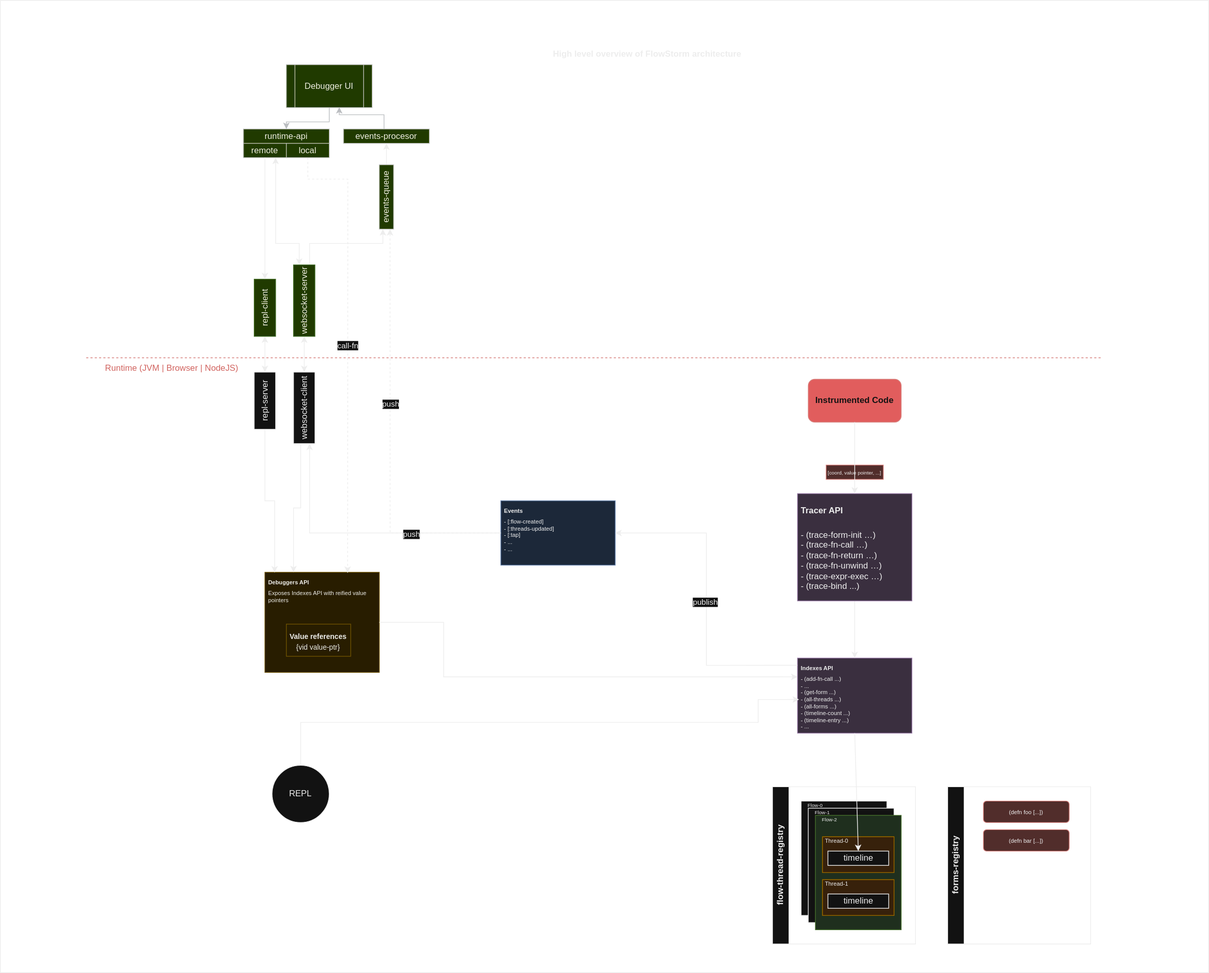
This is docs/high_level_diagram.svg from flow-storm/flow-storm-debugger, a draw.io export, as it was before one commit. Source tidied: cells renumbered, new cells last; positions are measured from the earlier drawing's top-left corner, leaving out a move shared by most shapes.
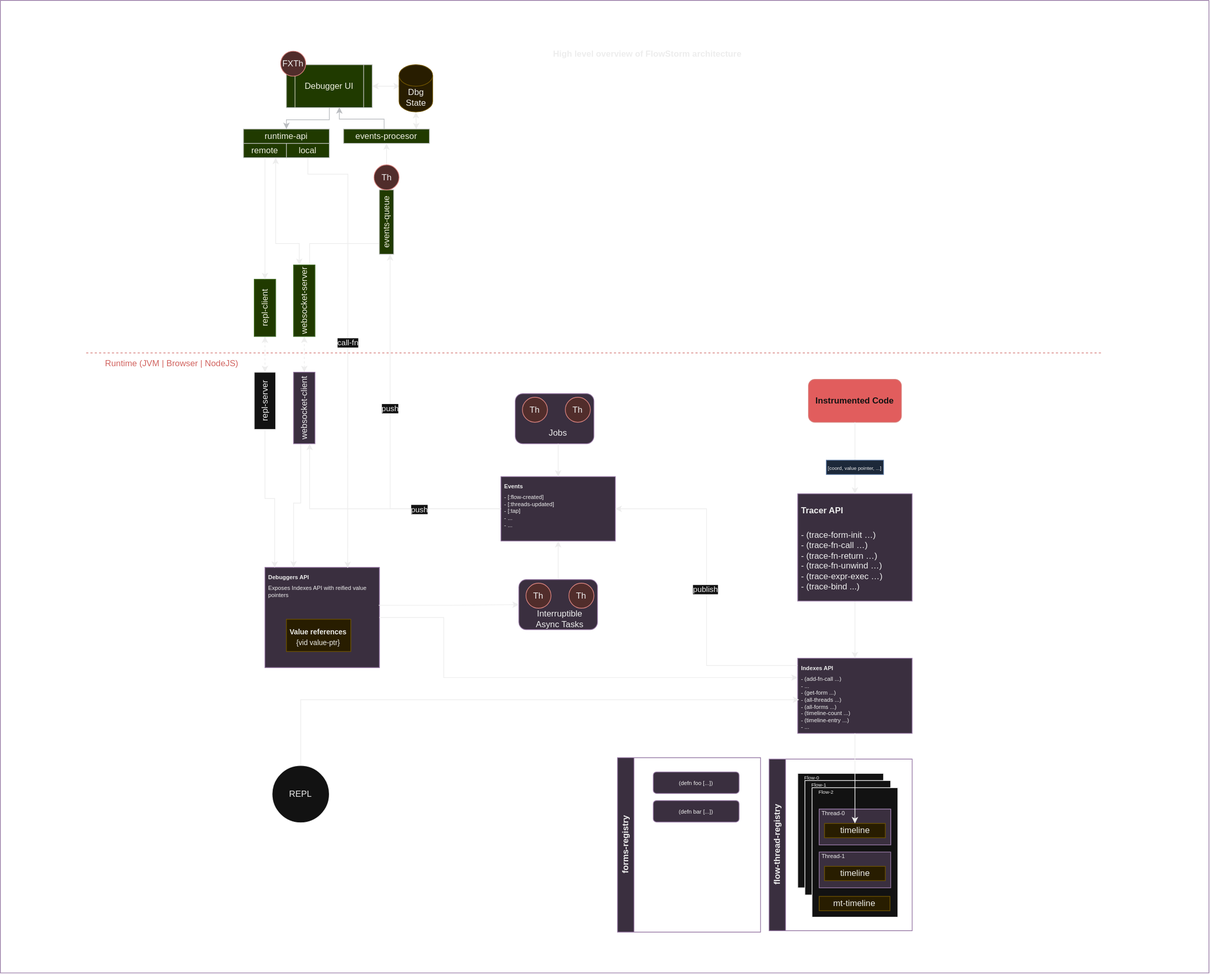
Later version of the same file.

Change to the diagram source:
```diff
@@ -4,6 +4,3 @@
     <mxCell id="1" parent="0" />
-    <mxCell id="2" value="&lt;font style=&quot;font-size: 7px;&quot;&gt;[coord, value pointer, ...]&lt;/font&gt;" style="rounded=0;whiteSpace=wrap;html=1;fillColor=#f8cecc;strokeColor=#b85450;" parent="1" vertex="1">
-      <mxGeometry x="1155" y="650" width="80" height="20" as="geometry" />
-    </mxCell>
-    <mxCell id="3" style="edgeStyle=orthogonalEdgeStyle;rounded=0;jettySize=auto;html=1;entryX=-0.036;entryY=0.533;entryDx=0;entryDy=0;entryPerimeter=0;" parent="1" edge="1" source="x">
+    <mxCell id="3" style="edgeStyle=orthogonalEdgeStyle;rounded=0;orthogonalLoop=1;jettySize=auto;html=1;entryX=-0.036;entryY=0.533;entryDx=0;entryDy=0;entryPerimeter=0;" parent="1" edge="1">
       <mxGeometry relative="1" as="geometry">
@@ -12,6 +9,6 @@
     </mxCell>
-    <mxCell id="4" style="group;" parent="1" vertex="1">
+    <mxCell id="4" style="group;fillColor=#e1d5e7;strokeColor=#9673a6;" parent="1" vertex="1">
       <mxGeometry x="370" y="800" width="160" height="140" as="geometry" />
     </mxCell>
-    <mxCell id="5" value="&lt;h1 style=&quot;font-size: 8px;&quot;&gt;&lt;font style=&quot;font-size: 8px;&quot;&gt;&lt;br&gt;&lt;/font&gt;&lt;/h1&gt;&lt;h1 style=&quot;font-size: 8px;&quot;&gt;Debuggers API&lt;/h1&gt;&lt;div style=&quot;font-size: 8px;&quot;&gt;&lt;div style=&quot;&quot;&gt;&lt;div style=&quot;&quot;&gt;&lt;div&gt;Exposes Indexes API with reified value pointers&amp;nbsp;&lt;/div&gt;&lt;/div&gt;&lt;div&gt;&lt;br&gt;&lt;/div&gt;&lt;/div&gt;&lt;/div&gt;" style="text;html=1;strokeColor=#d6b656;fillColor=#fff2cc;spacing=5;spacingTop=-20;whiteSpace=wrap;overflow=hidden;rounded=0;" parent="4" vertex="1">
+    <mxCell id="5" value="&lt;h1 style=&quot;font-size: 8px;&quot;&gt;&lt;font style=&quot;font-size: 8px;&quot;&gt;&lt;br&gt;&lt;/font&gt;&lt;/h1&gt;&lt;h1 style=&quot;font-size: 8px;&quot;&gt;Debuggers API&lt;/h1&gt;&lt;div style=&quot;font-size: 8px;&quot;&gt;&lt;div style=&quot;&quot;&gt;&lt;div style=&quot;&quot;&gt;&lt;div&gt;Exposes Indexes API with reified value pointers&amp;nbsp;&lt;/div&gt;&lt;/div&gt;&lt;div&gt;&lt;br&gt;&lt;/div&gt;&lt;/div&gt;&lt;/div&gt;" style="text;html=1;strokeColor=#9673a6;fillColor=#e1d5e7;spacing=5;spacingTop=-20;whiteSpace=wrap;overflow=hidden;rounded=0;" parent="4" vertex="1">
       <mxGeometry width="160" height="140" as="geometry" />
@@ -25,3 +22,4 @@
           <mxPoint x="620" y="870" />
-          <mxPoint x="620" y="946" />
+          <mxPoint x="620" y="954" />
+          <mxPoint x="1115" y="954" />
         </Array>
@@ -46,3 +44,3 @@
     </mxCell>
-    <mxCell id="11" value="&lt;font style=&quot;font-size: 11px;&quot;&gt;call-fn&lt;/font&gt;" style="edgeStyle=orthogonalEdgeStyle;rounded=0;jettySize=auto;html=1;exitX=0.5;exitY=1;exitDx=0;exitDy=0;entryX=0.723;entryY=0.006;entryDx=0;entryDy=0;entryPerimeter=0;dashed=1;" parent="1" edge="1" source="27" target="5">
+    <mxCell id="11" value="&lt;font style=&quot;font-size: 11px;&quot;&gt;call-fn&lt;/font&gt;" style="edgeStyle=orthogonalEdgeStyle;rounded=0;jettySize=auto;html=1;exitX=0.5;exitY=1;exitDx=0;exitDy=0;entryX=0.723;entryY=0.006;entryDx=0;entryDy=0;entryPerimeter=0;" parent="1" edge="1" source="27" target="5">
       <mxGeometry relative="1" as="geometry">
@@ -55,4 +53,4 @@
     </mxCell>
-    <mxCell id="12" style="swimlane;startSize=0;" parent="1" vertex="1">
-      <mxGeometry width="1690" height="1360" as="geometry" />
+    <mxCell id="12" style="swimlane;startSize=0;fillColor=#e1d5e7;strokeColor=#9673a6;" parent="1" vertex="1">
+      <mxGeometry y="7" width="1690" height="1360" as="geometry" />
     </mxCell>
@@ -64,3 +62,3 @@
     </mxCell>
-    <mxCell id="15" style="edgeStyle=orthogonalEdgeStyle;rounded=0;jettySize=auto;html=1;exitX=0;exitY=0.5;exitDx=0;exitDy=0;entryX=0;entryY=0.75;entryDx=0;entryDy=0;dashed=1;" parent="12" edge="1" source="17" target="33">
+    <mxCell id="15" style="edgeStyle=orthogonalEdgeStyle;rounded=0;jettySize=auto;html=1;exitX=0;exitY=0.5;exitDx=0;exitDy=0;entryX=0;entryY=0.75;entryDx=0;entryDy=0;" parent="12" edge="1" source="17" target="33">
       <mxGeometry relative="1" as="geometry" />
@@ -70,9 +68,9 @@
     </mxCell>
-    <mxCell id="17" value="&lt;h1 style=&quot;font-size: 8px;&quot;&gt;&lt;font style=&quot;font-size: 8px;&quot;&gt;&lt;br&gt;&lt;/font&gt;&lt;/h1&gt;&lt;h1 style=&quot;font-size: 8px;&quot;&gt;Events&lt;/h1&gt;&lt;div style=&quot;font-size: 8px;&quot;&gt;&lt;div style=&quot;&quot;&gt;&lt;div style=&quot;&quot;&gt;&lt;div&gt;&lt;span style=&quot;background-color: initial;&quot;&gt;- [:flow-created]&lt;/span&gt;&lt;br&gt;&lt;/div&gt;&lt;div&gt;- [:threads-updated]&lt;/div&gt;&lt;div&gt;- [:tap]&lt;/div&gt;&lt;div&gt;- ...&lt;/div&gt;&lt;div&gt;- ...&lt;/div&gt;&lt;div&gt;&lt;br&gt;&lt;/div&gt;&lt;/div&gt;&lt;div&gt;&lt;br&gt;&lt;/div&gt;&lt;/div&gt;&lt;/div&gt;" style="text;html=1;strokeColor=#6c8ebf;fillColor=#dae8fc;spacing=5;spacingTop=-20;whiteSpace=wrap;overflow=hidden;rounded=0;" parent="12" vertex="1">
-      <mxGeometry x="700" y="700" width="160" height="90" as="geometry" />
+    <mxCell id="17" value="&lt;h1 style=&quot;font-size: 8px;&quot;&gt;&lt;font style=&quot;font-size: 8px;&quot;&gt;&lt;br&gt;&lt;/font&gt;&lt;/h1&gt;&lt;h1 style=&quot;font-size: 8px;&quot;&gt;Events&lt;/h1&gt;&lt;div style=&quot;font-size: 8px;&quot;&gt;&lt;div style=&quot;&quot;&gt;&lt;div style=&quot;&quot;&gt;&lt;div&gt;&lt;span style=&quot;background-color: initial;&quot;&gt;- [:flow-created]&lt;/span&gt;&lt;br&gt;&lt;/div&gt;&lt;div&gt;- [:threads-updated]&lt;/div&gt;&lt;div&gt;- [:tap]&lt;/div&gt;&lt;div&gt;- ...&lt;/div&gt;&lt;div&gt;- ...&lt;/div&gt;&lt;div&gt;&lt;br&gt;&lt;/div&gt;&lt;/div&gt;&lt;div&gt;&lt;br&gt;&lt;/div&gt;&lt;/div&gt;&lt;/div&gt;" style="text;html=1;strokeColor=#9673a6;fillColor=#e1d5e7;spacing=5;spacingTop=-20;whiteSpace=wrap;overflow=hidden;rounded=0;" parent="12" vertex="1">
+      <mxGeometry x="700" y="666" width="160" height="90" as="geometry" />
     </mxCell>
-    <mxCell id="18" style="edgeStyle=orthogonalEdgeStyle;rounded=0;jettySize=auto;html=1;exitX=0.5;exitY=0;exitDx=0;exitDy=0;entryX=0.5;entryY=1;entryDx=0;entryDy=0;startArrow=classic;startFill=1;" parent="12" edge="1" source="19" target="36">
+    <mxCell id="18" style="edgeStyle=orthogonalEdgeStyle;rounded=0;jettySize=auto;html=1;exitX=0.5;exitY=0;exitDx=0;exitDy=0;entryX=0.5;entryY=1;entryDx=0;entryDy=0;startArrow=classic;startFill=1;dashed=1;" parent="12" edge="1" source="19" target="36">
       <mxGeometry relative="1" as="geometry" />
     </mxCell>
-    <mxCell id="19" value="websocket-client" style="rounded=0;whiteSpace=wrap;html=1;horizontal=0;" parent="12" vertex="1">
+    <mxCell id="19" value="websocket-client" style="rounded=0;whiteSpace=wrap;html=1;horizontal=0;fillColor=#e1d5e7;strokeColor=#9673a6;" parent="12" vertex="1">
       <mxGeometry x="410" y="520" width="30" height="100" as="geometry" />
@@ -102,2 +100,5 @@
     </mxCell>
+    <mxCell id="67" style="edgeStyle=orthogonalEdgeStyle;rounded=0;jettySize=auto;html=1;exitX=1;exitY=0.5;exitDx=0;exitDy=0;entryX=0.025;entryY=0.444;entryDx=0;entryDy=0;entryPerimeter=0;startArrow=classic;startFill=1;" parent="12" edge="1" source="24" target="86">
+      <mxGeometry relative="1" as="geometry" />
+    </mxCell>
     <mxCell id="24" value="Debugger UI" style="shape=process;whiteSpace=wrap;html=1;backgroundOutline=1;fillColor=#cdeb8b;strokeColor=#36393d;" parent="12" vertex="1">
@@ -114,3 +115,3 @@
     </mxCell>
-    <mxCell id="28" style="edgeStyle=orthogonalEdgeStyle;rounded=0;jettySize=auto;html=1;exitX=0.5;exitY=1;exitDx=0;exitDy=0;entryX=0.5;entryY=0;entryDx=0;entryDy=0;startArrow=classic;startFill=1;" parent="12" edge="1" source="29" target="37">
+    <mxCell id="28" style="edgeStyle=orthogonalEdgeStyle;rounded=0;jettySize=auto;html=1;exitX=0.5;exitY=1;exitDx=0;exitDy=0;entryX=0.5;entryY=0;entryDx=0;entryDy=0;startArrow=classic;startFill=1;dashed=1;" parent="12" edge="1" source="29" target="37">
       <mxGeometry relative="1" as="geometry" />
@@ -123,2 +124,10 @@
     </mxCell>
+    <mxCell id="68" style="edgeStyle=orthogonalEdgeStyle;rounded=0;jettySize=auto;html=1;exitX=0.846;exitY=0.02;exitDx=0;exitDy=0;entryX=0.5;entryY=1;entryDx=0;entryDy=0;entryPerimeter=0;exitPerimeter=0;startArrow=classic;startFill=1;" parent="12" edge="1" source="31" target="86">
+      <mxGeometry relative="1" as="geometry">
+        <Array as="points">
+          <mxPoint x="582" y="175" />
+          <mxPoint x="581" y="175" />
+        </Array>
+      </mxGeometry>
+    </mxCell>
     <mxCell id="31" value="events-procesor" style="rounded=0;whiteSpace=wrap;html=1;fillColor=#cdeb8b;strokeColor=#36393d;" parent="12" vertex="1">
@@ -126,13 +135,20 @@
     </mxCell>
-    <mxCell id="32" style="edgeStyle=orthogonalEdgeStyle;rounded=0;jettySize=auto;html=1;exitX=1;exitY=0.5;exitDx=0;exitDy=0;entryX=0.5;entryY=1;entryDx=0;entryDy=0;" parent="12" edge="1" source="33" target="31">
+    <mxCell id="32" style="edgeStyle=orthogonalEdgeStyle;rounded=0;jettySize=auto;html=1;exitX=0.5;exitY=0;exitDx=0;exitDy=0;entryX=0.5;entryY=1;entryDx=0;entryDy=0;" parent="12" edge="1" source="71" target="31">
       <mxGeometry relative="1" as="geometry" />
     </mxCell>
-    <mxCell id="33" value="events-queue" style="rounded=0;whiteSpace=wrap;html=1;fillColor=#cdeb8b;strokeColor=#36393d;flipV=0;rotation=-90;" parent="12" vertex="1">
-      <mxGeometry x="495" y="265" width="90" height="20" as="geometry" />
-    </mxCell>
     <mxCell id="34" style="edgeStyle=orthogonalEdgeStyle;rounded=0;jettySize=auto;html=1;entryX=0.5;entryY=0;entryDx=0;entryDy=0;fillColor=#cdeb8b;strokeColor=#36393d;exitX=0.5;exitY=1;exitDx=0;exitDy=0;" parent="12" edge="1" source="24" target="25">
-      <mxGeometry relative="1" as="geometry" />
+      <mxGeometry relative="1" as="geometry">
+        <Array as="points">
+          <mxPoint x="460" y="167" />
+          <mxPoint x="400" y="167" />
+        </Array>
+      </mxGeometry>
     </mxCell>
     <mxCell id="35" style="edgeStyle=orthogonalEdgeStyle;rounded=0;jettySize=auto;html=1;entryX=0.617;entryY=0.989;entryDx=0;entryDy=0;fillColor=#cdeb8b;strokeColor=#36393d;exitX=0.472;exitY=-0.017;exitDx=0;exitDy=0;exitPerimeter=0;entryPerimeter=0;" parent="12" edge="1" source="31" target="24">
-      <mxGeometry relative="1" as="geometry" />
+      <mxGeometry relative="1" as="geometry">
+        <Array as="points">
+          <mxPoint x="537" y="166" />
+          <mxPoint x="474" y="166" />
+        </Array>
+      </mxGeometry>
     </mxCell>
@@ -150,5 +166,3 @@
         <Array as="points">
-          <mxPoint x="420" y="1010" />
-          <mxPoint x="1060" y="1010" />
-          <mxPoint x="1060" y="978" />
+          <mxPoint x="420" y="978" />
         </Array>
@@ -175,3 +189,3 @@
     <mxCell id="46" style="group;" parent="12" vertex="1">
-      <mxGeometry x="1080" y="1100" width="200" height="220" as="geometry" />
+      <mxGeometry x="1075" y="1061" width="200" height="270" as="geometry" />
     </mxCell>
@@ -183,9 +197,9 @@
     </mxCell>
-    <mxCell id="49" style="rounded=0;whiteSpace=wrap;html=1;fillColor=#d5e8d4;strokeColor=#82b366;" parent="46" vertex="1">
-      <mxGeometry x="60" y="40" width="120" height="160" as="geometry" />
+    <mxCell id="49" style="rounded=0;whiteSpace=wrap;html=1;" parent="46" vertex="1">
+      <mxGeometry x="60" y="40" width="120" height="181" as="geometry" />
     </mxCell>
-    <mxCell id="50" style="group;fillColor=#ffe6cc;strokeColor=#d79b00;" parent="46" vertex="1">
+    <mxCell id="50" style="group;fillColor=#e1d5e7;strokeColor=#9673a6;" parent="46" vertex="1">
       <mxGeometry x="70" y="70" width="100" height="50" as="geometry" />
     </mxCell>
-    <mxCell id="51" style="rounded=0;whiteSpace=wrap;html=1;fillColor=#ffe6cc;strokeColor=#d79b00;" parent="50" vertex="1">
+    <mxCell id="51" style="rounded=0;whiteSpace=wrap;html=1;fillColor=#e1d5e7;strokeColor=#9673a6;" parent="50" vertex="1">
       <mxGeometry width="100" height="50" as="geometry" />
@@ -195,11 +209,8 @@
     </mxCell>
-    <mxCell id="53" value="timeline" style="rounded=0;whiteSpace=wrap;html=1;" parent="50" vertex="1">
+    <mxCell id="53" value="timeline" style="rounded=0;whiteSpace=wrap;html=1;fillColor=#fff2cc;strokeColor=#d6b656;" parent="50" vertex="1">
       <mxGeometry x="7.5" y="20" width="85" height="20" as="geometry" />
     </mxCell>
-    <mxCell id="54" style="group;fillColor=#ffe6cc;strokeColor=#d79b00;" parent="46" vertex="1">
+    <mxCell id="54" style="group;fillColor=#e1d5e7;strokeColor=#9673a6;" parent="46" vertex="1">
       <mxGeometry x="70" y="130" width="100" height="50" as="geometry" />
     </mxCell>
-    <mxCell id="55" style="rounded=0;whiteSpace=wrap;html=1;fillColor=#ffe6cc;strokeColor=#d79b00;" parent="54" vertex="1">
-      <mxGeometry width="100" height="50" as="geometry" />
-    </mxCell>
     <mxCell id="56" value="&lt;font style=&quot;font-size: 8px;&quot;&gt;Thread-1&lt;/font&gt;" style="text;html=1;strokeColor=none;fillColor=none;align=center;verticalAlign=middle;whiteSpace=wrap;rounded=0;" parent="54" vertex="1">
@@ -207,3 +218,3 @@
     </mxCell>
-    <mxCell id="57" value="timeline" style="rounded=0;whiteSpace=wrap;html=1;" parent="54" vertex="1">
+    <mxCell id="57" value="timeline" style="rounded=0;whiteSpace=wrap;html=1;fillColor=#fff2cc;strokeColor=#d6b656;" parent="54" vertex="1">
       <mxGeometry x="7.5" y="20" width="85" height="20" as="geometry" />
@@ -219,12 +230,15 @@
     </mxCell>
-    <mxCell id="61" value="flow-thread-registry" style="swimlane;horizontal=0;whiteSpace=wrap;html=1;" parent="46" vertex="1">
-      <mxGeometry width="200" height="220" as="geometry" />
+    <mxCell id="61" value="flow-thread-registry" style="swimlane;horizontal=0;whiteSpace=wrap;html=1;fillColor=#e1d5e7;strokeColor=#9673a6;" parent="46" vertex="1">
+      <mxGeometry width="200" height="240" as="geometry" />
     </mxCell>
+    <mxCell id="69" value="mt-timeline" style="rounded=0;whiteSpace=wrap;html=1;fillColor=#fff2cc;strokeColor=#d6b656;" parent="46" vertex="1">
+      <mxGeometry x="70" y="192" width="99" height="20" as="geometry" />
+    </mxCell>
-    <mxCell id="62" value="forms-registry" style="swimlane;horizontal=0;whiteSpace=wrap;html=1;" parent="12" vertex="1">
-      <mxGeometry x="1325" y="1100" width="200" height="220" as="geometry" />
+    <mxCell id="62" value="forms-registry" style="swimlane;horizontal=0;whiteSpace=wrap;html=1;fillColor=#e1d5e7;strokeColor=#9673a6;" parent="12" vertex="1">
+      <mxGeometry x="863" y="1059" width="200" height="244" as="geometry" />
     </mxCell>
-    <mxCell id="63" value="&lt;font style=&quot;font-size: 8px;&quot;&gt;(defn foo [...])&lt;/font&gt;" style="rounded=1;whiteSpace=wrap;html=1;fillColor=#f8cecc;strokeColor=#b85450;" parent="62" vertex="1">
+    <mxCell id="63" value="&lt;font style=&quot;font-size: 8px;&quot;&gt;(defn foo [...])&lt;/font&gt;" style="rounded=1;whiteSpace=wrap;html=1;fillColor=#e1d5e7;strokeColor=#9673a6;" parent="62" vertex="1">
       <mxGeometry x="50" y="20" width="120" height="30" as="geometry" />
     </mxCell>
-    <mxCell id="64" value="&lt;font style=&quot;font-size: 8px;&quot;&gt;(defn bar [...])&lt;/font&gt;" style="rounded=1;whiteSpace=wrap;html=1;fillColor=#f8cecc;strokeColor=#b85450;" parent="62" vertex="1">
+    <mxCell id="64" value="&lt;font style=&quot;font-size: 8px;&quot;&gt;(defn bar [...])&lt;/font&gt;" style="rounded=1;whiteSpace=wrap;html=1;fillColor=#e1d5e7;strokeColor=#9673a6;" parent="62" vertex="1">
       <mxGeometry x="50" y="60" width="120" height="30" as="geometry" />
@@ -234,2 +248,56 @@
     </mxCell>
+    <mxCell id="70" style="group;" parent="12" vertex="1">
+      <mxGeometry x="522.5" y="230" width="35" height="125" as="geometry" />
+    </mxCell>
+    <mxCell id="33" value="events-queue" style="rounded=0;whiteSpace=wrap;html=1;fillColor=#cdeb8b;strokeColor=#36393d;flipV=0;rotation=-90;" parent="70" vertex="1">
+      <mxGeometry x="-27.5" y="70" width="90" height="20" as="geometry" />
+    </mxCell>
+    <mxCell id="71" value="Th" style="ellipse;whiteSpace=wrap;html=1;fillColor=#f8cecc;strokeColor=#b85450;" parent="70" vertex="1">
+      <mxGeometry width="35" height="35" as="geometry" />
+    </mxCell>
+    <mxCell id="72" style="edgeStyle=orthogonalEdgeStyle;rounded=0;jettySize=auto;html=1;exitX=1;exitY=0.5;exitDx=0;exitDy=0;entryX=0.5;entryY=1;entryDx=0;entryDy=0;" parent="70" edge="1" source="33" target="71">
+      <mxGeometry relative="1" as="geometry" />
+    </mxCell>
+    <mxCell id="73" style="group;" parent="12" vertex="1">
+      <mxGeometry x="720" y="550" width="110" height="70" as="geometry" />
+    </mxCell>
+    <mxCell id="74" style="rounded=1;whiteSpace=wrap;html=1;fillColor=#e1d5e7;strokeColor=#9673a6;" parent="73" vertex="1">
+      <mxGeometry width="110" height="70" as="geometry" />
+    </mxCell>
+    <mxCell id="75" value="Jobs" style="text;html=1;strokeColor=none;fillColor=none;align=center;verticalAlign=middle;whiteSpace=wrap;rounded=0;" parent="73" vertex="1">
+      <mxGeometry x="30" y="40" width="60" height="30" as="geometry" />
+    </mxCell>
+    <mxCell id="76" value="Th" style="ellipse;whiteSpace=wrap;html=1;fillColor=#f8cecc;strokeColor=#b85450;" parent="73" vertex="1">
+      <mxGeometry x="10" y="5" width="35" height="35" as="geometry" />
+    </mxCell>
+    <mxCell id="77" value="Th" style="ellipse;whiteSpace=wrap;html=1;fillColor=#f8cecc;strokeColor=#b85450;" parent="73" vertex="1">
+      <mxGeometry x="70" y="5" width="35" height="35" as="geometry" />
+    </mxCell>
+    <mxCell id="78" style="edgeStyle=orthogonalEdgeStyle;rounded=0;jettySize=auto;html=1;exitX=0.5;exitY=1;exitDx=0;exitDy=0;" parent="12" edge="1" source="75" target="17">
+      <mxGeometry relative="1" as="geometry" />
+    </mxCell>
+    <mxCell id="79" style="edgeStyle=orthogonalEdgeStyle;rounded=0;jettySize=auto;html=1;exitX=0.5;exitY=0;exitDx=0;exitDy=0;entryX=0.5;entryY=1;entryDx=0;entryDy=0;" parent="12" edge="1" source="81" target="17">
+      <mxGeometry relative="1" as="geometry" />
+    </mxCell>
+    <mxCell id="80" style="group;" parent="12" vertex="1">
+      <mxGeometry x="725" y="810" width="110" height="70" as="geometry" />
+    </mxCell>
+    <mxCell id="81" style="rounded=1;whiteSpace=wrap;html=1;fillColor=#e1d5e7;strokeColor=#9673a6;" parent="80" vertex="1">
+      <mxGeometry width="110" height="70" as="geometry" />
+    </mxCell>
+    <mxCell id="82" value="Interruptible&lt;br&gt;Async Tasks" style="text;html=1;strokeColor=none;fillColor=none;align=center;verticalAlign=middle;whiteSpace=wrap;rounded=0;" parent="80" vertex="1">
+      <mxGeometry x="19" y="40" width="77" height="30" as="geometry" />
+    </mxCell>
+    <mxCell id="83" value="Th" style="ellipse;whiteSpace=wrap;html=1;fillColor=#f8cecc;strokeColor=#b85450;" parent="80" vertex="1">
+      <mxGeometry x="10" y="5" width="35" height="35" as="geometry" />
+    </mxCell>
+    <mxCell id="84" value="Th" style="ellipse;whiteSpace=wrap;html=1;fillColor=#f8cecc;strokeColor=#b85450;" parent="80" vertex="1">
+      <mxGeometry x="70" y="5" width="35" height="35" as="geometry" />
+    </mxCell>
+    <mxCell id="85" value="FXTh" style="ellipse;whiteSpace=wrap;html=1;fillColor=#f8cecc;strokeColor=#b85450;" parent="12" vertex="1">
+      <mxGeometry x="392" y="71" width="35" height="35" as="geometry" />
+    </mxCell>
+    <mxCell id="86" value="Dbg&lt;br&gt;State" style="shape=cylinder3;whiteSpace=wrap;html=1;boundedLbl=1;backgroundOutline=1;size=15;fillColor=#fff2cc;strokeColor=#d6b656;" parent="12" vertex="1">
+      <mxGeometry x="557.5" y="90" width="47" height="66" as="geometry" />
+    </mxCell>
     <mxCell id="66" style="edgeStyle=orthogonalEdgeStyle;rounded=0;jettySize=auto;html=1;exitX=0.5;exitY=1;exitDx=0;exitDy=0;entryX=0.085;entryY=0.003;entryDx=0;entryDy=0;entryPerimeter=0;" parent="1" edge="1" source="37" target="5">
@@ -237,2 +305,8 @@
     </mxCell>
+    <mxCell id="87" style="edgeStyle=orthogonalEdgeStyle;rounded=0;jettySize=auto;html=1;exitX=0.994;exitY=0.378;exitDx=0;exitDy=0;entryX=0;entryY=0.5;entryDx=0;entryDy=0;startArrow=none;startFill=0;exitPerimeter=0;" parent="1" edge="1" source="5" target="81">
+      <mxGeometry relative="1" as="geometry" />
+    </mxCell>
+    <mxCell id="2" value="&lt;font style=&quot;font-size: 7px;&quot;&gt;[coord, value pointer, ...]&lt;/font&gt;" style="rounded=0;whiteSpace=wrap;html=1;fillColor=#dae8fc;strokeColor=#6c8ebf;" parent="1" vertex="1">
+      <mxGeometry x="1155" y="650" width="80" height="20" as="geometry" />
+    </mxCell>
   </root>
```
